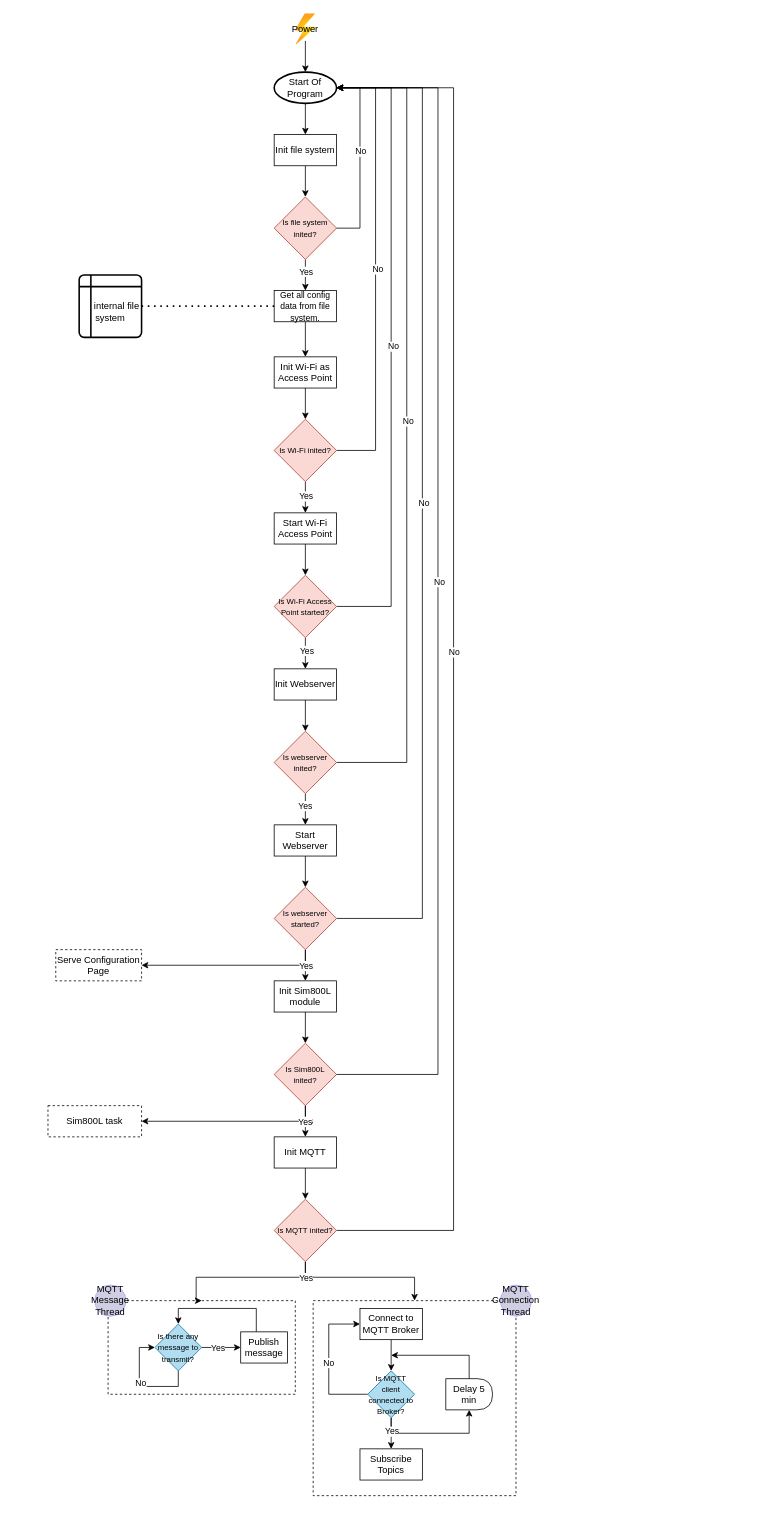
This is embedded_app/docs/car_trackin_embedded.drawio from Mona-Roza/car_tracking, a draw.io file, before an edit. Source tidied: cells renumbered, new cells numbered last; positions are measured from the earlier drawing's top-left corner, leaving out a move shared by most shapes. Both pictures are drawn from the tidied source at 78%, with x=0, y=0 at pixel (48, 13).
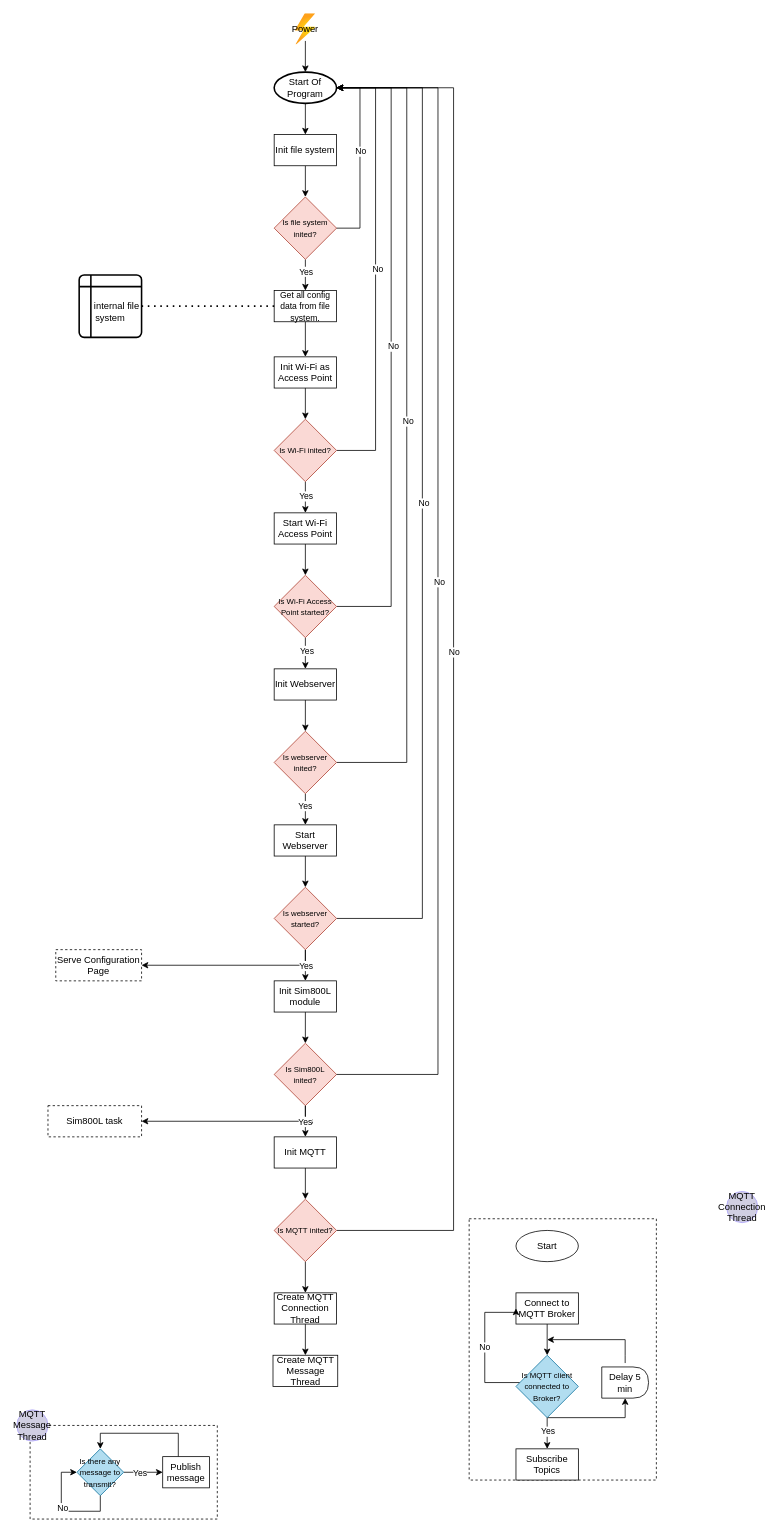
Above is the later version.

The change refers to these unchanged cells:
```xml
<mxCell id="68" value="&lt;font style=&quot;font-size: 10px;&quot;&gt;Is MQTT inited?&lt;/font&gt;" style="rhombus;whiteSpace=wrap;html=1;fillColor=#fad9d5;strokeColor=#ae4132;" parent="1" vertex="1">
  <mxGeometry x="290" y="1520" width="80" height="80" as="geometry" />
</mxCell>
```

Diff of the diagram source:
```diff
@@
-    <mxCell id="2" style="edgeStyle=orthogonalEdgeStyle;rounded=0;jettySize=auto;html=1;exitX=0.5;exitY=1;exitDx=0;exitDy=0;entryX=0.5;entryY=0;entryDx=0;entryDy=0;" parent="1" edge="1" source="68" target="4">
-      <mxGeometry relative="1" as="geometry">
-        <Array as="points">
-          <mxPoint x="330" y="1620" />
-          <mxPoint x="470" y="1620" />
-        </Array>
-      </mxGeometry>
-    </mxCell>
+    <mxCell id="4" style="rounded=0;whiteSpace=wrap;html=1;fillColor=none;dashed=1;" parent="1" vertex="1">
+      <mxGeometry x="540" y="1545" width="240" height="335" as="geometry" />
+    </mxCell>
     <mxCell id="3" style="edgeStyle=orthogonalEdgeStyle;rounded=0;jettySize=auto;html=1;" parent="1" edge="1" target="84">
       <mxGeometry relative="1" as="geometry">
-        <mxPoint x="440" y="1800" as="sourcePoint" />
+        <mxPoint x="640" y="1785" as="sourcePoint" />
         <Array as="points">
-          <mxPoint x="440" y="1820" />
-          <mxPoint x="540" y="1820" />
+          <mxPoint x="640" y="1800" />
+          <mxPoint x="740" y="1800" />
         </Array>
       </mxGeometry>
     </mxCell>
-    <mxCell id="4" style="rounded=0;whiteSpace=wrap;html=1;fillColor=none;dashed=1;" parent="1" vertex="1">
-      <mxGeometry x="340" y="1650" width="260" height="250" as="geometry" />
-    </mxCell>
     <mxCell id="5" style="rounded=0;whiteSpace=wrap;html=1;fillColor=none;dashed=1;" parent="1" vertex="1">
-      <mxGeometry x="77.1" y="1650" width="240" height="120" as="geometry" />
+      <mxGeometry x="-22.9" y="1810" width="240" height="120" as="geometry" />
     </mxCell>
@@
-    <mxCell id="66" style="edgeStyle=orthogonalEdgeStyle;rounded=0;jettySize=auto;html=1;entryX=0.5;entryY=0;entryDx=0;entryDy=0;" parent="1" edge="1" source="68" target="5">
-      <mxGeometry relative="1" as="geometry">
-        <Array as="points">
-          <mxPoint x="330" y="1620" />
-          <mxPoint x="190" y="1620" />
-        </Array>
-      </mxGeometry>
-    </mxCell>
-    <mxCell id="67" value="Yes" style="edgeLabel;html=1;align=center;verticalAlign=middle;" parent="66" vertex="1">
-      <mxGeometry x="-0.09" y="2" relative="1" as="geometry">
-        <mxPoint x="70" y="-2" as="offset" />
-      </mxGeometry>
-    </mxCell>
+    <mxCell id="88" style="edgeStyle=orthogonalEdgeStyle;rounded=0;jettySize=auto;html=1;" parent="1" edge="1" source="68" target="90">
+      <mxGeometry relative="1" as="geometry" />
+    </mxCell>
@@
     <mxCell id="70" value="Connect to MQTT Broker" style="rounded=0;whiteSpace=wrap;html=1;" parent="1" vertex="1">
-      <mxGeometry x="400" y="1660" width="80" height="40" as="geometry" />
+      <mxGeometry x="600" y="1640" width="80" height="40" as="geometry" />
     </mxCell>
     <mxCell id="71" style="edgeStyle=orthogonalEdgeStyle;rounded=0;jettySize=auto;html=1;entryX=0;entryY=0.5;entryDx=0;entryDy=0;" parent="1" edge="1" source="75" target="70">
       <mxGeometry relative="1" as="geometry">
         <Array as="points">
-          <mxPoint x="360" y="1770" />
-          <mxPoint x="360" y="1680" />
+          <mxPoint x="560" y="1755" />
+          <mxPoint x="560" y="1665" />
         </Array>
       </mxGeometry>
     </mxCell>
@@
     <mxCell id="75" value="&lt;font style=&quot;font-size: 10px;&quot;&gt;Is MQTT client connected to Broker?&lt;/font&gt;" style="rhombus;whiteSpace=wrap;html=1;fillColor=#b1ddf0;strokeColor=#10739e;" parent="1" vertex="1">
-      <mxGeometry x="410" y="1740" width="60" height="60" as="geometry" />
+      <mxGeometry x="600" y="1720" width="80" height="80" as="geometry" />
     </mxCell>
     <mxCell id="76" value="Subscribe Topics" style="rounded=0;whiteSpace=wrap;html=1;" parent="1" vertex="1">
-      <mxGeometry x="400" y="1840" width="80" height="40" as="geometry" />
+      <mxGeometry x="600" y="1840" width="80" height="40" as="geometry" />
     </mxCell>
@@
     <mxCell id="79" value="&lt;font style=&quot;font-size: 10px;&quot;&gt;Is there any message to transmit?&lt;/font&gt;" style="rhombus;whiteSpace=wrap;html=1;fillColor=#b1ddf0;strokeColor=#10739e;" parent="1" vertex="1">
-      <mxGeometry x="137.1" y="1680" width="60" height="60" as="geometry" />
+      <mxGeometry x="37.1" y="1840" width="60" height="60" as="geometry" />
     </mxCell>
     <mxCell id="80" style="edgeStyle=orthogonalEdgeStyle;rounded=0;jettySize=auto;html=1;entryX=0.5;entryY=0;entryDx=0;entryDy=0;" parent="1" edge="1" source="81" target="79">
       <mxGeometry relative="1" as="geometry">
         <Array as="points">
-          <mxPoint x="267.1" y="1660" />
-          <mxPoint x="167.1" y="1660" />
+          <mxPoint x="167.1" y="1820" />
+          <mxPoint x="67.1" y="1820" />
         </Array>
       </mxGeometry>
     </mxCell>
     <mxCell id="81" value="Publish message" style="rounded=0;whiteSpace=wrap;html=1;" parent="1" vertex="1">
-      <mxGeometry x="247.1" y="1690" width="60" height="40" as="geometry" />
+      <mxGeometry x="147.1" y="1850" width="60" height="40" as="geometry" />
     </mxCell>
     <mxCell id="82" style="endArrow=classic;html=1;rounded=0;exitX=0.5;exitY=1;exitDx=0;exitDy=0;entryX=0;entryY=0.5;entryDx=0;entryDy=0;" parent="1" edge="1" source="79" target="79">
       <mxGeometry relative="1" as="geometry">
         <Array as="points">
-          <mxPoint x="167.1" y="1760" />
-          <mxPoint x="117.1" y="1760" />
-          <mxPoint x="117.1" y="1710" />
+          <mxPoint x="67.1" y="1920" />
+          <mxPoint x="17.1" y="1920" />
+          <mxPoint x="17.1" y="1870" />
         </Array>
       </mxGeometry>
     </mxCell>
@@
     <mxCell id="84" value="Delay 5 min" style="shape=delay;whiteSpace=wrap;html=1;" parent="1" vertex="1">
-      <mxGeometry x="510" y="1750" width="60" height="40" as="geometry" />
+      <mxGeometry x="710" y="1735" width="60" height="40" as="geometry" />
     </mxCell>
-    <mxCell id="85" style="endArrow=classic;html=1;rounded=0;exitX=0.5;exitY=0;exitDx=0;exitDy=0;" parent="1" edge="1" source="84">
+    <mxCell id="85" style="endArrow=classic;html=1;rounded=0;exitX=0.5;exitY=0;exitDx=0;exitDy=0;" parent="1" edge="1">
       <mxGeometry relative="1" as="geometry">
-        <mxPoint x="440" y="1720" as="targetPoint" />
+        <mxPoint x="740" y="1730" as="sourcePoint" />
+        <mxPoint x="640" y="1700" as="targetPoint" />
         <Array as="points">
-          <mxPoint x="540" y="1740" />
-          <mxPoint x="540" y="1720" />
+          <mxPoint x="740" y="1720" />
+          <mxPoint x="740" y="1700" />
         </Array>
       </mxGeometry>
     </mxCell>
     <mxCell id="86" value="MQTT Connection Thread" style="ellipse;whiteSpace=wrap;html=1;fillColor=#d0cee2;strokeColor=#ACA2FC;" parent="1" vertex="1">
-      <mxGeometry x="580" y="1630" width="40" height="40" as="geometry" />
+      <mxGeometry x="870" y="1510" width="40" height="40" as="geometry" />
     </mxCell>
     <mxCell id="87" value="MQTT Message Thread" style="ellipse;whiteSpace=wrap;html=1;fillColor=#d0cee2;strokeColor=#ACA2FC;" parent="1" vertex="1">
-      <mxGeometry x="60" y="1630" width="40" height="40" as="geometry" />
+      <mxGeometry x="-40" y="1790" width="40" height="40" as="geometry" />
     </mxCell>
+    <mxCell id="89" style="edgeStyle=orthogonalEdgeStyle;rounded=0;jettySize=auto;html=1;" parent="1" edge="1" source="90" target="91">
+      <mxGeometry relative="1" as="geometry" />
+    </mxCell>
+    <mxCell id="90" value="Create MQTT Connection Thread" style="rounded=0;whiteSpace=wrap;html=1;" parent="1" vertex="1">
+      <mxGeometry x="290" y="1640" width="80" height="40" as="geometry" />
+    </mxCell>
+    <mxCell id="91" value="Create MQTT Message Thread" style="rounded=0;whiteSpace=wrap;html=1;" parent="1" vertex="1">
+      <mxGeometry x="288.5" y="1720" width="83" height="40" as="geometry" />
+    </mxCell>
+    <mxCell id="92" value="Start" style="ellipse;whiteSpace=wrap;html=1;" parent="1" vertex="1">
+      <mxGeometry x="600" y="1560" width="80" height="40" as="geometry" />
+    </mxCell>
```
